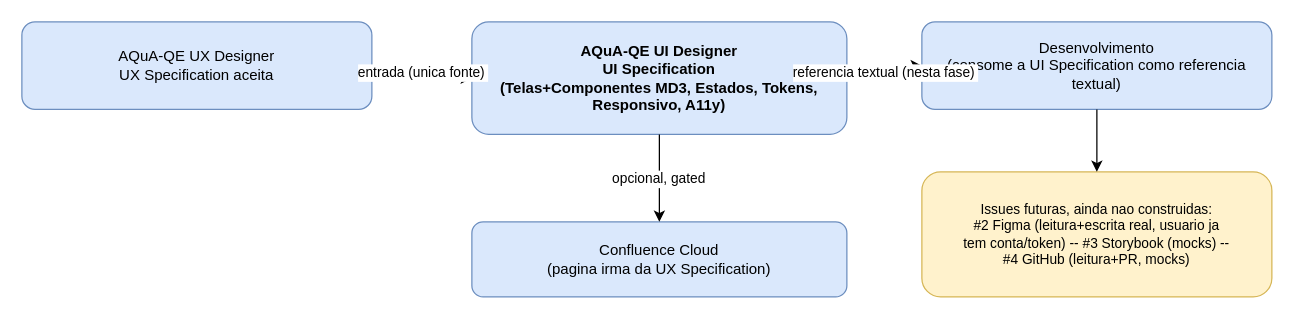
dufelizardo/AQuA-QE-UI-Designer keeps this draw.io diagram as page 5 of 5 of docs/architecture/architecture.drawio. Above is the earlier version. Source tidied: cells renumbered, new cells numbered last; positions are measured from the earlier drawing's top-left corner, leaving out a move shared by most shapes. Both pictures are drawn from the tidied source at 125%, with x=0, y=0 at pixel (21, 21).
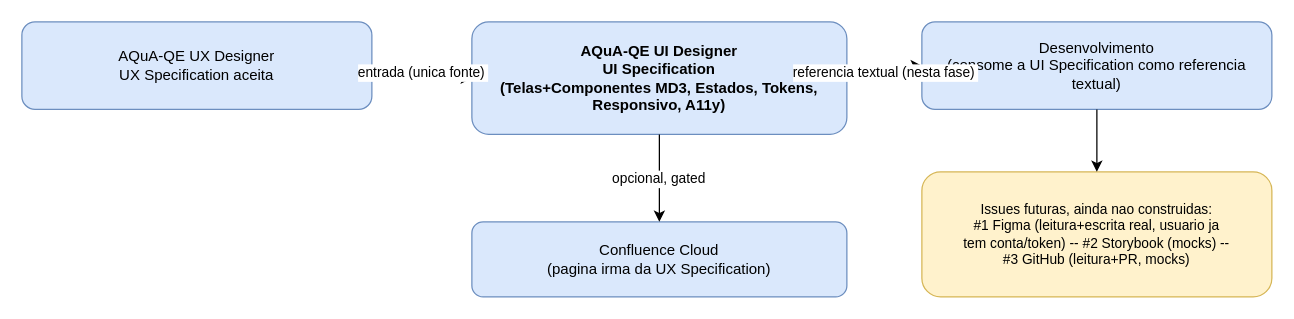
The same page after the edit.

The edit, as a diff of the source:
```diff
@@
 <mxGraphModel>
   <root>
     <mxCell id="0" />
     <mxCell id="1" parent="0" />
     <mxCell id="2" value="AQuA-QE UX Designer&#10;UX Specification aceita" style="rounded=1;whiteSpace=wrap;fillColor=#dae8fc;strokeColor=#6c8ebf;fontSize=12;" parent="1" vertex="1">
       <mxGeometry width="280" height="70" as="geometry" />
     </mxCell>
     <mxCell id="3" value="AQuA-QE UI Designer&#10;UI Specification&#10;(Telas+Componentes MD3, Estados, Tokens, Responsivo, A11y)" style="rounded=1;whiteSpace=wrap;fillColor=#dae8fc;strokeColor=#6c8ebf;fontSize=12;fontStyle=1;" parent="1" vertex="1">
       <mxGeometry x="360" width="300" height="90" as="geometry" />
     </mxCell>
     <mxCell id="4" value="Confluence Cloud&#10;(pagina irma da UX Specification)" style="rounded=1;whiteSpace=wrap;fillColor=#dae8fc;strokeColor=#6c8ebf;fontSize=12;" parent="1" vertex="1">
       <mxGeometry x="360" y="160" width="300" height="60" as="geometry" />
     </mxCell>
     <mxCell id="5" value="Desenvolvimento&#10;(consome a UI Specification como referencia textual)" style="rounded=1;whiteSpace=wrap;fillColor=#dae8fc;strokeColor=#6c8ebf;fontSize=12;" parent="1" vertex="1">
       <mxGeometry x="720" width="280" height="70" as="geometry" />
     </mxCell>
-    <mxCell id="6" value="Issues futuras, ainda nao construidas:&#10;#2 Figma (leitura+escrita real, usuario ja&#10;tem conta/token) -- #3 Storybook (mocks) --&#10;#4 GitHub (leitura+PR, mocks)" style="rounded=1;whiteSpace=wrap;fillColor=#fff2cc;strokeColor=#d6b656;fontSize=11;" parent="1" vertex="1">
+    <mxCell id="6" value="Issues futuras, ainda nao construidas:&#10;#1 Figma (leitura+escrita real, usuario ja&#10;tem conta/token) -- #2 Storybook (mocks) --&#10;#3 GitHub (leitura+PR, mocks)" style="rounded=1;whiteSpace=wrap;fillColor=#fff2cc;strokeColor=#d6b656;fontSize=11;" parent="1" vertex="1">
       <mxGeometry x="720" y="120" width="280" height="100" as="geometry" />
     </mxCell>
     <mxCell id="7" value="entrada (unica fonte)" style="edgeStyle=orthogonalEdgeStyle;rounded=0;" parent="1" edge="1" source="2" target="3">
       <mxGeometry relative="1" as="geometry" />
     </mxCell>
     <mxCell id="8" value="opcional, gated" style="edgeStyle=orthogonalEdgeStyle;rounded=0;" parent="1" edge="1" source="3" target="4">
       <mxGeometry relative="1" as="geometry" />
     </mxCell>
     <mxCell id="9" value="referencia textual (nesta fase)" style="edgeStyle=orthogonalEdgeStyle;rounded=0;" parent="1" edge="1" source="3" target="5">
       <mxGeometry relative="1" as="geometry" />
     </mxCell>
     <mxCell id="10" style="edgeStyle=orthogonalEdgeStyle;rounded=0;" parent="1" edge="1" source="5" target="6">
       <mxGeometry relative="1" as="geometry" />
     </mxCell>
   </root>
 </mxGraphModel>
```
